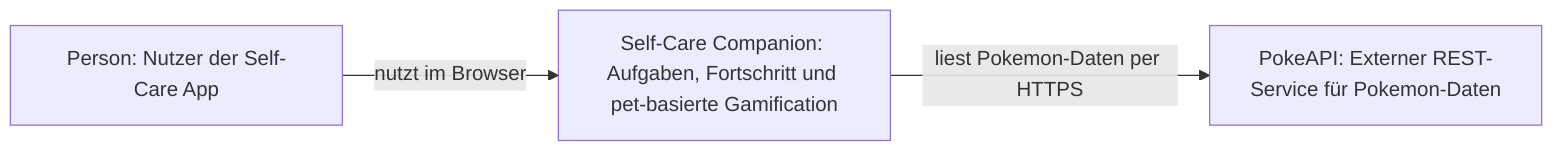
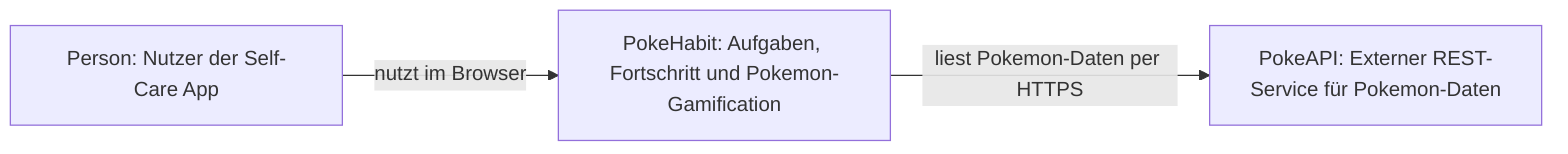
flowchart LR
    USER["Person: Nutzer der Self-Care App"]
-     SCS["Self-Care Companion: Aufgaben, Fortschritt und pet-basierte Gamification"]
+     SCS["PokeHabit: Aufgaben, Fortschritt und Pokemon-Gamification"]
    POKEAPI["PokeAPI: Externer REST-Service für Pokemon-Daten"]

    USER -->|nutzt im Browser| SCS
    SCS -->|liest Pokemon-Daten per HTTPS| POKEAPI
